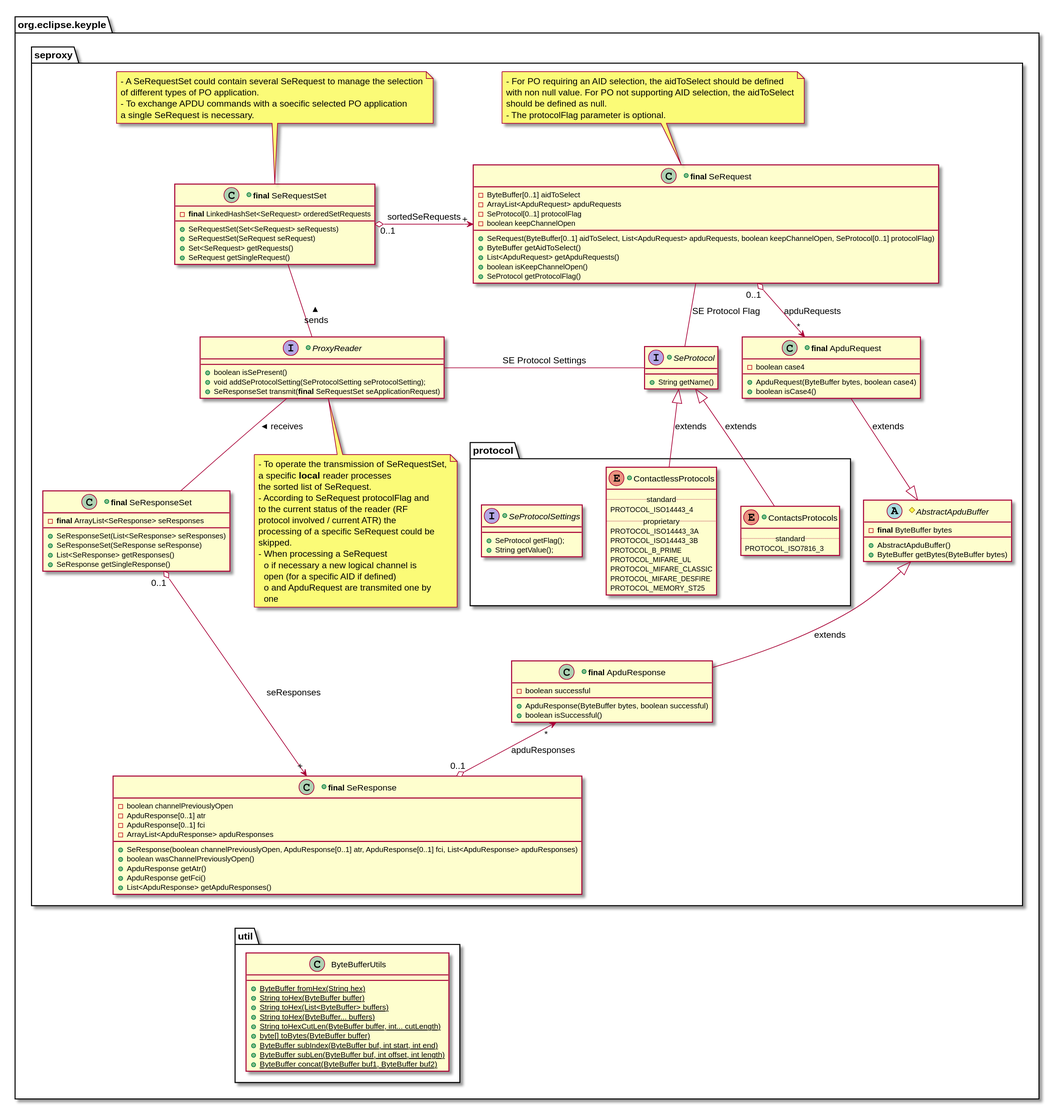
yvonneyam/keyple-doc-yy keeps this PlantUML diagram as keyple-core-spec/images/build/uml-classDiagram-seProxy-TransmitApdu.svg. Above is the earlier version.
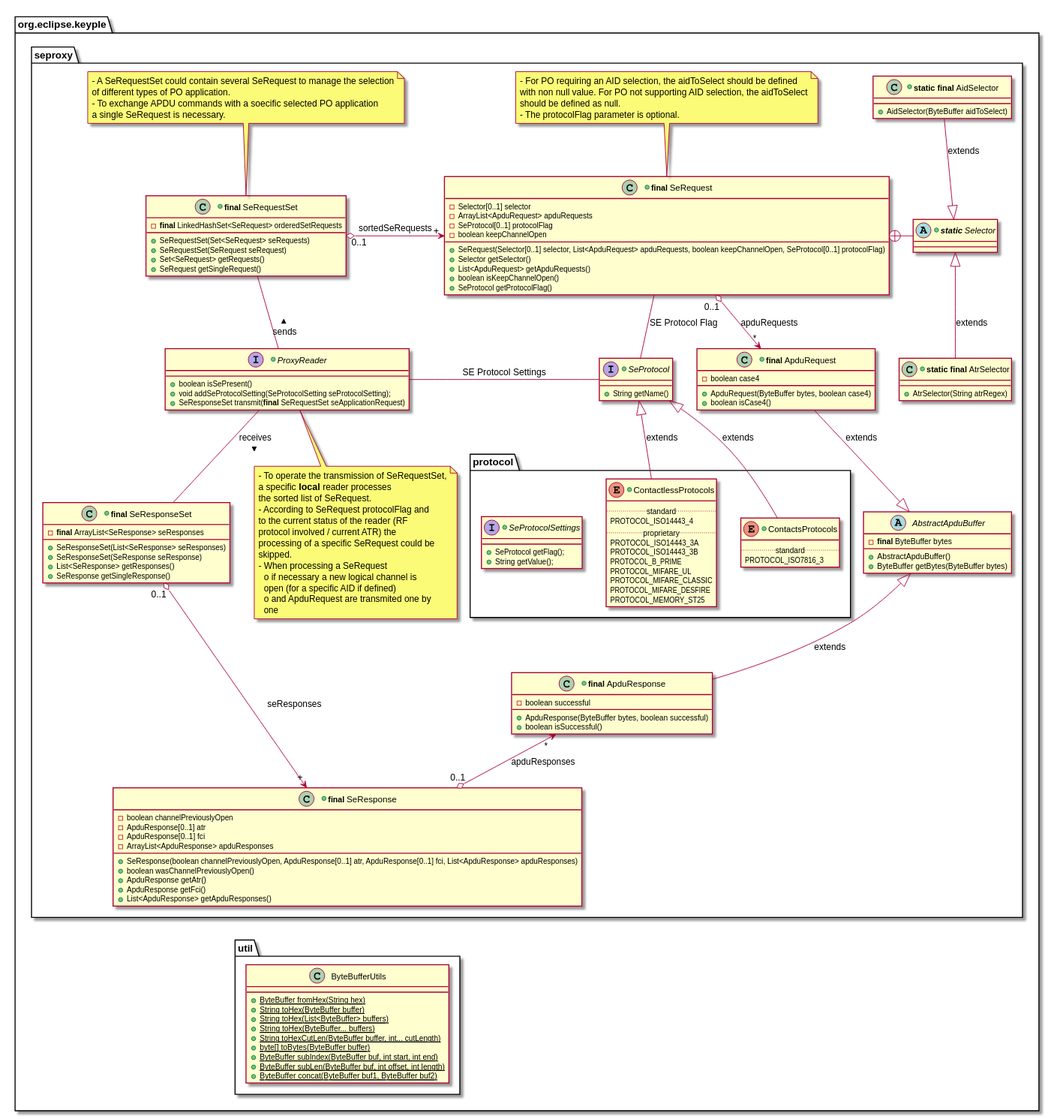
Above is the later version.

What changed in the source:
```diff
@@ -1,6 +1,4 @@
 @startuml
-skinparam dpi 200
-
 package org.eclipse.keyple #FFFFFF {
 
 package seproxy #FFFFFF {
@@ -42,12 +40,12 @@
   +boolean isSuccessful()
 }
 +class "<b>final</b> SeRequest" as SeRequest {
-  -ByteBuffer[0..1] aidToSelect
+  -Selector[0..1] selector
   -ArrayList<ApduRequest> apduRequests
   -SeProtocol[0..1] protocolFlag
   -boolean keepChannelOpen
-  +SeRequest(ByteBuffer[0..1] aidToSelect, List<ApduRequest> apduRequests,  boolean keepChannelOpen, SeProtocol[0..1] protocolFlag)
-  +ByteBuffer getAidToSelect()
+  +SeRequest(Selector[0..1] selector, List<ApduRequest> apduRequests,  boolean keepChannelOpen, SeProtocol[0..1] protocolFlag)
+  +Selector getSelector()
   +List<ApduRequest> getApduRequests()
   +boolean isKeepChannelOpen()
   +SeProtocol getProtocolFlag()
@@ -63,6 +61,15 @@
   +ApduResponse getAtr()
   +ApduResponse getFci()
   +List<ApduResponse> getApduResponses()
+}
+
++abstract "<b>static</b> Selector" as Selector {
+}
++class "<b>static final</b> AidSelector" as AidSelector {
+  +AidSelector(ByteBuffer aidToSelect)
+}
++class "<b>static final</b> AtrSelector" as AtrSelector {
+  +AtrSelector(String atrRegex)
 }
 
 +interface SeProtocol {
@@ -95,7 +102,7 @@
 }
 }
 
-#abstract AbstractApduBuffer {
+abstract AbstractApduBuffer {
   -<b>final</b> ByteBuffer bytes
   +AbstractApduBuffer()
   +ByteBuffer getBytes(ByteBuffer bytes)
@@ -179,6 +186,10 @@
 SeResponse "0..1" o-up-> "*" ApduResponse : apduResponses
 SeResponseSet "0..1" o-right-> "+" SeResponse : seResponses
 
+SeRequest +-right- Selector
+Selector <|-up- AidSelector : extends
+Selector <|-down- AtrSelector : extends
+
 SeProtocol <|-- ContactlessProtocols : extends
 SeProtocol <|-- ContactsProtocols : extends
 ContactsProtocols -left[hidden]- ContactlessProtocols
```
